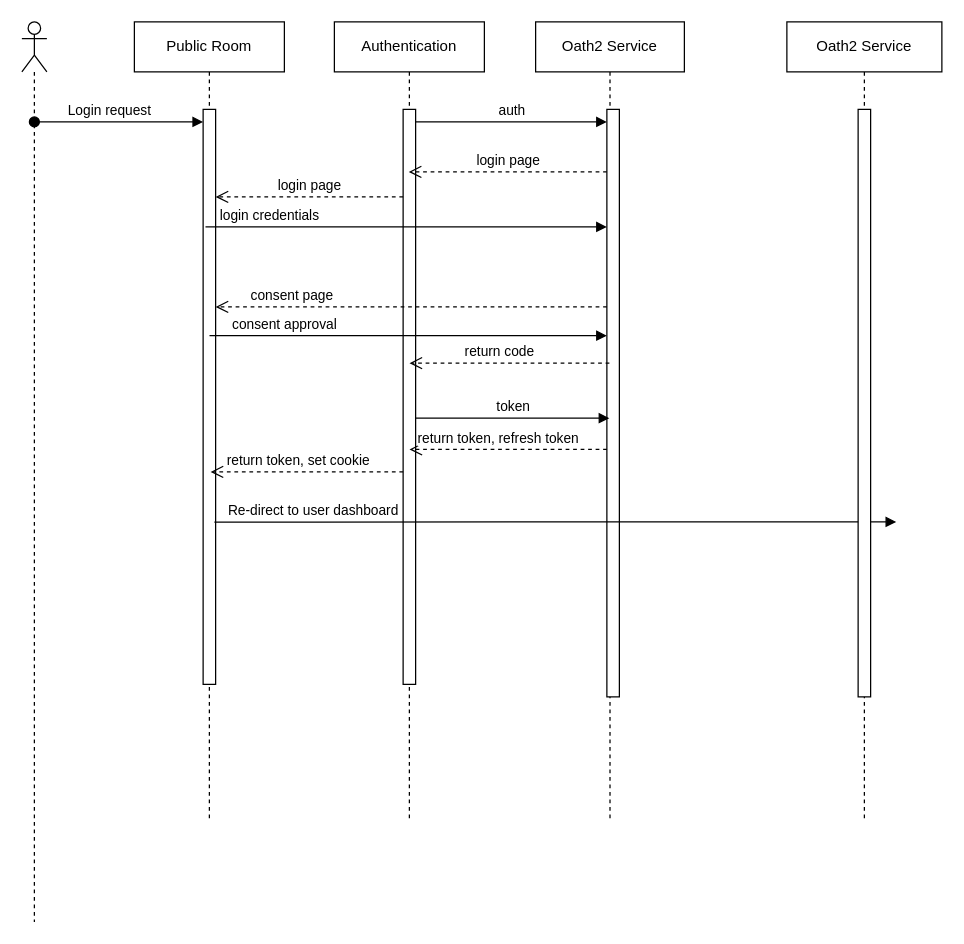
Above: docs/assets/Sequence Diagram.drawio in akshayvijaynair/music-academy-docs (draw.io), before the change. Source tidied: cells renumbered, new cells numbered last; positions are measured from the earlier drawing's top-left corner, leaving out a move shared by most shapes. Both pictures are drawn from the tidied source at 125%, with x=0, y=0 at pixel (21, 21).
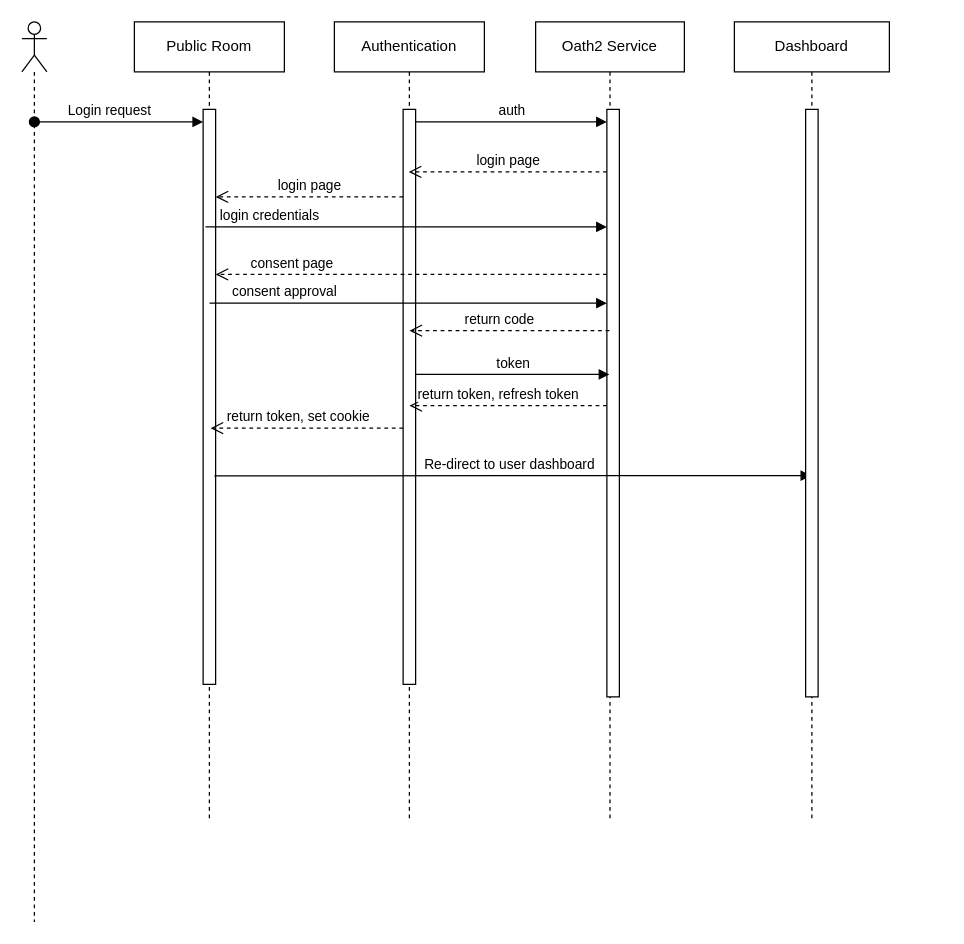
After the change.

Commit message:
chore(SequenceDiagram): cleanup

The change refers to these unchanged cells:
```xml
<mxCell id="3" style="html=1;points=[];perimeter=orthogonalPerimeter;outlineConnect=0;targetShapes=umlLifeline;portConstraint=eastwest;newEdgeStyle={&quot;edgeStyle&quot;:&quot;elbowEdgeStyle&quot;,&quot;elbow&quot;:&quot;vertical&quot;,&quot;curved&quot;:0,&quot;rounded&quot;:0};" parent="2" vertex="1">
  <mxGeometry x="55" y="70" width="10" height="460" as="geometry" />
</mxCell>
<mxCell id="9" style="html=1;points=[];perimeter=orthogonalPerimeter;outlineConnect=0;targetShapes=umlLifeline;portConstraint=eastwest;newEdgeStyle={&quot;edgeStyle&quot;:&quot;elbowEdgeStyle&quot;,&quot;elbow&quot;:&quot;vertical&quot;,&quot;curved&quot;:0,&quot;rounded&quot;:0};" parent="8" vertex="1">
  <mxGeometry x="57" y="70" width="10" height="470" as="geometry" />
</mxCell>
```

Change to the diagram source:
```diff
@@
-    <mxCell id="13" value="consent page" style="html=1;verticalAlign=bottom;endArrow=open;dashed=1;endSize=8;edgeStyle=elbowEdgeStyle;elbow=horizontal;curved=0;rounded=0;" parent="1" edge="1" source="9" target="3">
+    <mxCell id="13" value="consent page" style="html=1;verticalAlign=bottom;endArrow=open;dashed=1;endSize=8;edgeStyle=elbowEdgeStyle;elbow=horizontal;curved=0;rounded=0;" parent="1" edge="1">
       <mxGeometry x="0.61" relative="1" as="geometry">
+        <mxPoint x="468" y="202" as="sourcePoint" />
+        <mxPoint x="155" y="202" as="targetPoint" />
         <Array as="points">
-          <mxPoint x="423" y="228" />
+          <mxPoint x="423" y="202" />
         </Array>
       </mxGeometry>
     </mxCell>
     <mxCell id="14" value="consent approval" style="html=1;verticalAlign=bottom;endArrow=block;edgeStyle=elbowEdgeStyle;elbow=horizontal;curved=0;rounded=0;" parent="1" edge="1">
       <mxGeometry x="-0.62" relative="1" as="geometry">
-        <mxPoint x="150.1" y="251" as="sourcePoint" />
-        <mxPoint x="468" y="251" as="targetPoint" />
+        <mxPoint x="150.1" y="225" as="sourcePoint" />
+        <mxPoint x="468" y="225" as="targetPoint" />
         <Array as="points">
-          <mxPoint x="190" y="191" />
+          <mxPoint x="190" y="165" />
         </Array>
       </mxGeometry>
     </mxCell>
     <mxCell id="15" value="return code" style="html=1;verticalAlign=bottom;endArrow=open;dashed=1;endSize=8;edgeStyle=elbowEdgeStyle;elbow=horizontal;curved=0;rounded=0;" parent="1" edge="1">
       <mxGeometry x="0.11" relative="1" as="geometry">
-        <mxPoint x="470" y="273" as="sourcePoint" />
-        <mxPoint x="310.1" y="273" as="targetPoint" />
+        <mxPoint x="470" y="247" as="sourcePoint" />
+        <mxPoint x="310.1" y="247" as="targetPoint" />
         <Array as="points">
-          <mxPoint x="433.5" y="243" />
+          <mxPoint x="433.5" y="217" />
         </Array>
         <mxPoint x="1" as="offset" />
       </mxGeometry>
     </mxCell>
@@
     <mxCell id="17" value="Re-direct to user dashboard" style="html=1;verticalAlign=bottom;endArrow=block;edgeStyle=elbowEdgeStyle;elbow=horizontal;curved=0;rounded=0;exitX=0.9;exitY=0.848;exitDx=0;exitDy=0;exitPerimeter=0;" parent="1" edge="1">
-      <mxGeometry x="-0.71" relative="1" as="geometry">
-        <mxPoint x="154" y="400.1" as="sourcePoint" />
-        <mxPoint x="699.5" y="400" as="targetPoint" />
+      <mxGeometry x="-0.01" relative="1" as="geometry">
+        <mxPoint x="154" y="363.1" as="sourcePoint" />
+        <mxPoint x="631.5" y="363" as="targetPoint" />
         <Array as="points">
-          <mxPoint x="235" y="400" />
+          <mxPoint x="235" y="363" />
         </Array>
       </mxGeometry>
     </mxCell>
     <mxCell id="18" value="return token, refresh token" style="html=1;verticalAlign=bottom;endArrow=open;dashed=1;endSize=8;edgeStyle=elbowEdgeStyle;elbow=horizontal;curved=0;rounded=0;" parent="1" edge="1">
       <mxGeometry x="0.11" relative="1" as="geometry">
-        <mxPoint x="468" y="342" as="sourcePoint" />
-        <mxPoint x="310.1" y="342" as="targetPoint" />
+        <mxPoint x="468" y="307" as="sourcePoint" />
+        <mxPoint x="310.1" y="307" as="targetPoint" />
         <Array as="points">
-          <mxPoint x="435.5" y="342" />
+          <mxPoint x="435.5" y="307" />
         </Array>
         <mxPoint x="1" as="offset" />
       </mxGeometry>
     </mxCell>
     <mxCell id="19" value="return token, set cookie" style="html=1;verticalAlign=bottom;endArrow=open;dashed=1;endSize=8;edgeStyle=elbowEdgeStyle;elbow=horizontal;curved=0;rounded=0;" parent="1" edge="1">
       <mxGeometry x="0.11" relative="1" as="geometry">
-        <mxPoint x="305" y="360" as="sourcePoint" />
-        <mxPoint x="151" y="360" as="targetPoint" />
+        <mxPoint x="305" y="325" as="sourcePoint" />
+        <mxPoint x="151" y="325" as="targetPoint" />
         <Array as="points">
-          <mxPoint x="255.5" y="360" />
+          <mxPoint x="255.5" y="325" />
         </Array>
         <mxPoint x="1" as="offset" />
       </mxGeometry>
     </mxCell>
     <mxCell id="20" value="token" style="html=1;verticalAlign=bottom;endArrow=block;edgeStyle=elbowEdgeStyle;elbow=horizontal;curved=0;rounded=0;" parent="1" edge="1">
       <mxGeometry relative="1" as="geometry">
-        <mxPoint x="315" y="317" as="sourcePoint" />
-        <mxPoint x="470" y="317" as="targetPoint" />
+        <mxPoint x="315" y="282" as="sourcePoint" />
+        <mxPoint x="470" y="282" as="targetPoint" />
         <Array as="points">
-          <mxPoint x="419" y="347" />
+          <mxPoint x="419" y="312" />
         </Array>
       </mxGeometry>
     </mxCell>
-    <mxCell id="21" value="Oath2 Service" style="shape=umlLifeline;perimeter=lifelinePerimeter;whiteSpace=wrap;html=1;newEdgeStyle={&quot;edgeStyle&quot;:&quot;elbowEdgeStyle&quot;,&quot;elbow&quot;:&quot;vertical&quot;,&quot;curved&quot;:0,&quot;rounded&quot;:0};" parent="1" vertex="1">
-      <mxGeometry x="612" width="124" height="640" as="geometry" />
+    <mxCell id="21" value="Dashboard" style="shape=umlLifeline;perimeter=lifelinePerimeter;whiteSpace=wrap;html=1;newEdgeStyle={&quot;edgeStyle&quot;:&quot;elbowEdgeStyle&quot;,&quot;elbow&quot;:&quot;vertical&quot;,&quot;curved&quot;:0,&quot;rounded&quot;:0};" parent="1" vertex="1">
+      <mxGeometry x="570" width="124" height="640" as="geometry" />
     </mxCell>
```
